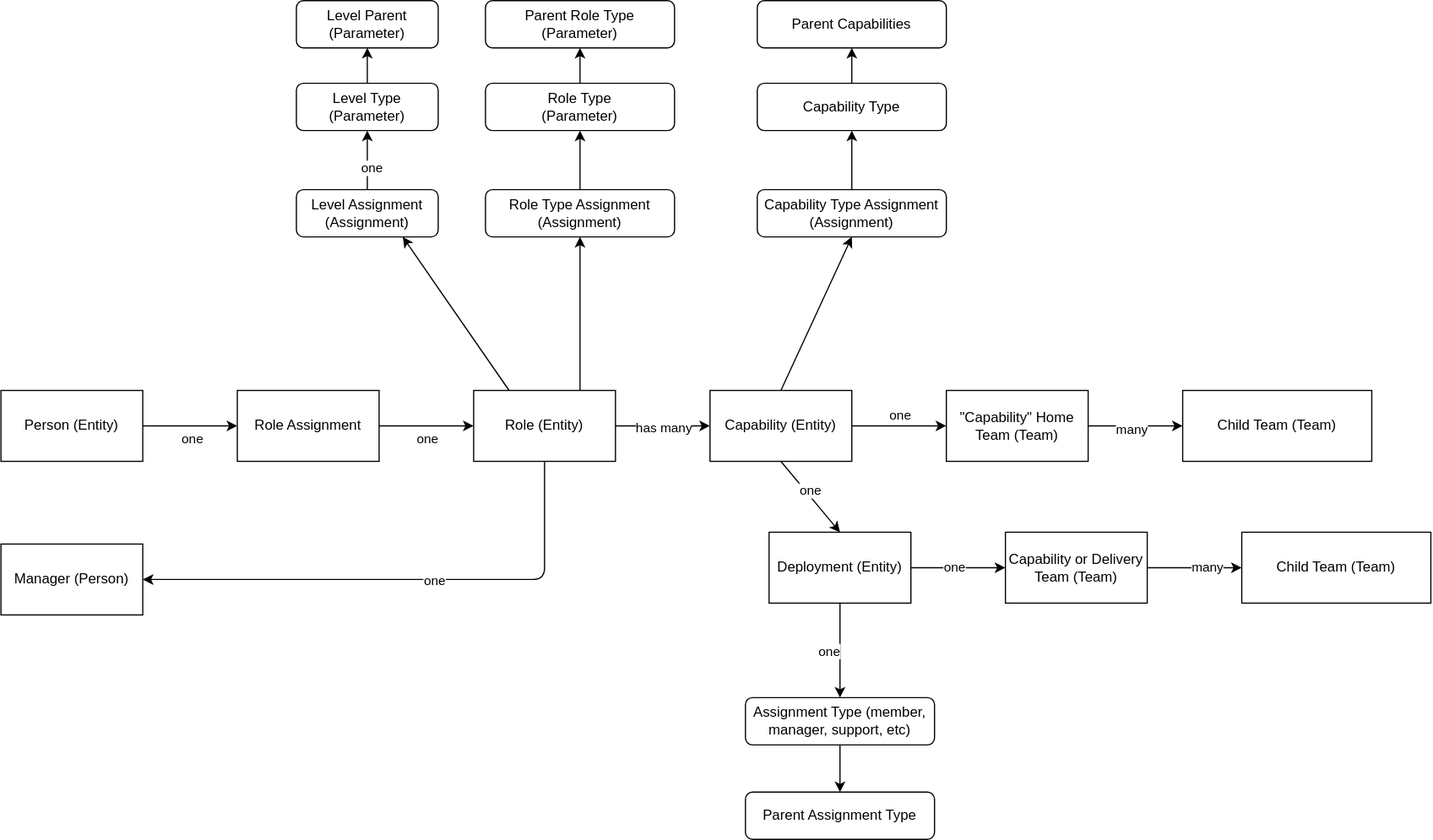
Earlier version of the draw.io export docs/data-v4.drawio.svg (jdotw/swamp). Source tidied: cells renumbered, new cells last; positions are measured from the earlier drawing's top-left corner, leaving out a move shared by most shapes.
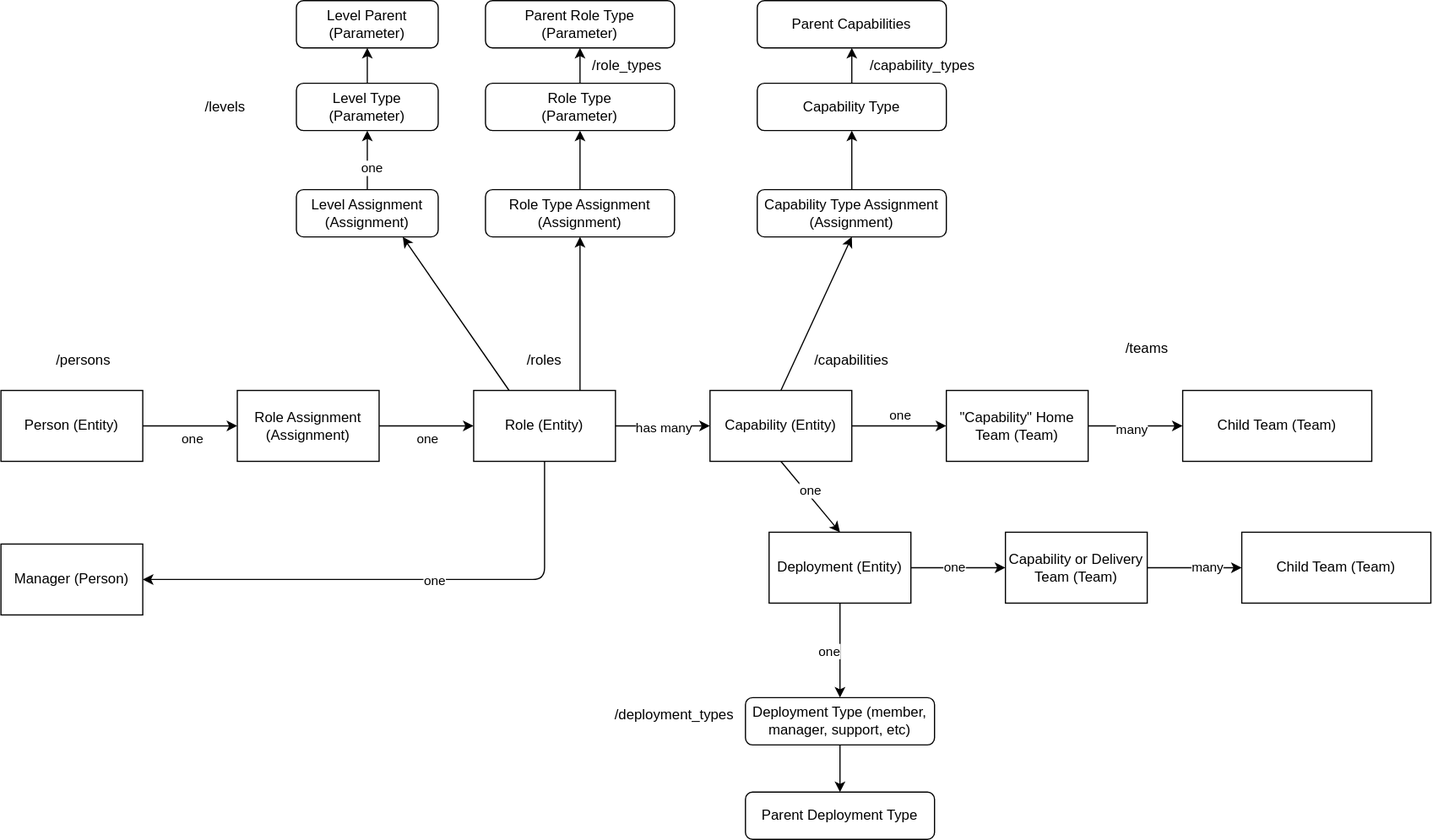
The same file after the commit.

What changed in the source:
```diff
@@ -110,7 +110,7 @@
         <mxPoint x="-11" y="7" as="offset" />
       </mxGeometry>
     </mxCell>
-    <mxCell id="32" value="Role Assignment" style="rounded=0;whiteSpace=wrap;html=1;" parent="1" vertex="1">
+    <mxCell id="32" value="Role Assignment&lt;br&gt;(Assignment)" style="rounded=0;whiteSpace=wrap;html=1;" parent="1" vertex="1">
       <mxGeometry x="200" y="330" width="120" height="60" as="geometry" />
     </mxCell>
     <mxCell id="33" style="edgeStyle=none;html=1;exitX=0.5;exitY=0;exitDx=0;exitDy=0;entryX=0.5;entryY=1;entryDx=0;entryDy=0;" parent="1" edge="1" source="34" target="40">
@@ -167,14 +167,38 @@
     <mxCell id="50" style="edgeStyle=none;html=1;exitX=0.5;exitY=1;exitDx=0;exitDy=0;entryX=0.5;entryY=0;entryDx=0;entryDy=0;" parent="1" edge="1" source="51" target="52">
       <mxGeometry relative="1" as="geometry" />
     </mxCell>
-    <mxCell id="51" value="Assignment Type (member, manager, support, etc)" style="rounded=1;whiteSpace=wrap;html=1;" parent="1" vertex="1">
+    <mxCell id="51" value="Deployment Type (member, manager, support, etc)" style="rounded=1;whiteSpace=wrap;html=1;" parent="1" vertex="1">
       <mxGeometry x="630" y="590" width="160" height="40" as="geometry" />
     </mxCell>
-    <mxCell id="52" value="Parent Assignment Type" style="rounded=1;whiteSpace=wrap;html=1;" parent="1" vertex="1">
+    <mxCell id="52" value="Parent Deployment Type" style="rounded=1;whiteSpace=wrap;html=1;" parent="1" vertex="1">
       <mxGeometry x="630" y="670" width="160" height="40" as="geometry" />
     </mxCell>
     <mxCell id="53" value="Level Parent (Parameter)" style="rounded=1;whiteSpace=wrap;html=1;" parent="1" vertex="1">
       <mxGeometry x="250" width="120" height="40" as="geometry" />
     </mxCell>
+    <mxCell id="54" value="/persons" style="text;html=1;strokeColor=none;fillColor=none;align=center;verticalAlign=middle;whiteSpace=wrap;rounded=0;" parent="1" vertex="1">
+      <mxGeometry x="40" y="290" width="60" height="30" as="geometry" />
+    </mxCell>
+    <mxCell id="55" value="/roles" style="text;html=1;strokeColor=none;fillColor=none;align=center;verticalAlign=middle;whiteSpace=wrap;rounded=0;" parent="1" vertex="1">
+      <mxGeometry x="430" y="290" width="60" height="30" as="geometry" />
+    </mxCell>
+    <mxCell id="56" value="/levels" style="text;html=1;strokeColor=none;fillColor=none;align=center;verticalAlign=middle;whiteSpace=wrap;rounded=0;" parent="1" vertex="1">
+      <mxGeometry x="160" y="75" width="60" height="30" as="geometry" />
+    </mxCell>
+    <mxCell id="57" value="/role_types" style="text;html=1;strokeColor=none;fillColor=none;align=center;verticalAlign=middle;whiteSpace=wrap;rounded=0;" parent="1" vertex="1">
+      <mxGeometry x="500" y="40" width="60" height="30" as="geometry" />
+    </mxCell>
+    <mxCell id="58" value="/capability_types" style="text;html=1;strokeColor=none;fillColor=none;align=center;verticalAlign=middle;whiteSpace=wrap;rounded=0;" parent="1" vertex="1">
+      <mxGeometry x="750" y="40" width="60" height="30" as="geometry" />
+    </mxCell>
+    <mxCell id="59" value="/capabilities" style="text;html=1;strokeColor=none;fillColor=none;align=center;verticalAlign=middle;whiteSpace=wrap;rounded=0;" parent="1" vertex="1">
+      <mxGeometry x="690" y="290" width="60" height="30" as="geometry" />
+    </mxCell>
+    <mxCell id="60" value="/teams" style="text;html=1;strokeColor=none;fillColor=none;align=center;verticalAlign=middle;whiteSpace=wrap;rounded=0;" parent="1" vertex="1">
+      <mxGeometry x="940" y="280" width="60" height="30" as="geometry" />
+    </mxCell>
+    <mxCell id="61" value="/deployment_types" style="text;html=1;strokeColor=none;fillColor=none;align=center;verticalAlign=middle;whiteSpace=wrap;rounded=0;" parent="1" vertex="1">
+      <mxGeometry x="540" y="590" width="60" height="30" as="geometry" />
+    </mxCell>
   </root>
 </mxGraphModel>
```
